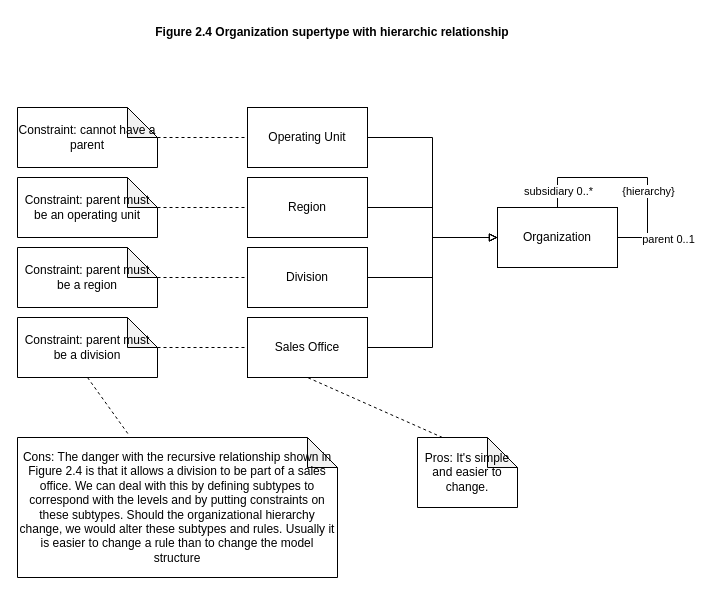
The draw.io diagram analysis-patterns-2-4-Organization-supertype-with-hierarchic-relationship.drawio in wubin28/analysis-patterns-diagrams-in-uml, before the edit. Source tidied: cells renumbered, new cells numbered last; positions are measured from the earlier drawing's top-left corner, leaving out a move shared by most shapes. Both pictures are drawn from the tidied source at 100%, with x=0, y=0 at pixel (17, 17).
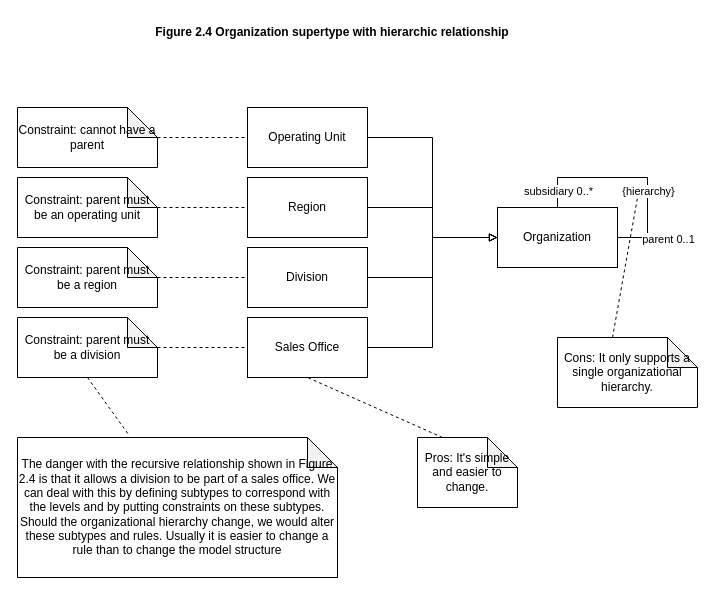
Above is the later version.

Commit message:
refactor: update cons in figure 2.4

The edit, as a diff of the source:
```diff
@@
-    <mxCell id="20" value="Cons:&amp;nbsp;The danger with the recursive relationship shown in Figure 2.4 is that it allows a division to be part of a sales office. We can deal with this by defining subtypes to correspond with the levels and by putting constraints on these subtypes. Should the organizational hierarchy change, we would alter these subtypes and rules. Usually it is easier to change a rule than to change the model structure" style="shape=note;whiteSpace=wrap;html=1;backgroundOutline=1;darkOpacity=0.05;" parent="1" vertex="1">
+    <mxCell id="20" value="The danger with the recursive relationship shown in Figure 2.4 is that it allows a division to be part of a sales office. We can deal with this by defining subtypes to correspond with the levels and by putting constraints on these subtypes. Should the organizational hierarchy change, we would alter these subtypes and rules. Usually it is easier to change a rule than to change the model structure" style="shape=note;whiteSpace=wrap;html=1;backgroundOutline=1;darkOpacity=0.05;" parent="1" vertex="1">
       <mxGeometry y="420" width="320" height="140" as="geometry" />
     </mxCell>
@@
+    <mxCell id="28" value="Cons:&amp;nbsp;It only supports a single organizational hierarchy." style="shape=note;whiteSpace=wrap;html=1;backgroundOutline=1;darkOpacity=0.05;" parent="1" vertex="1">
+      <mxGeometry x="540" y="320" width="140" height="70" as="geometry" />
+    </mxCell>
+    <mxCell id="29" style="endArrow=none;dashed=1;html=1;rounded=0;exitX=0;exitY=0;exitDx=55;exitDy=0;exitPerimeter=0;" parent="1" edge="1" source="28">
+      <mxGeometry relative="1" as="geometry">
+        <mxPoint x="620" y="180" as="targetPoint" />
+      </mxGeometry>
+    </mxCell>
```
